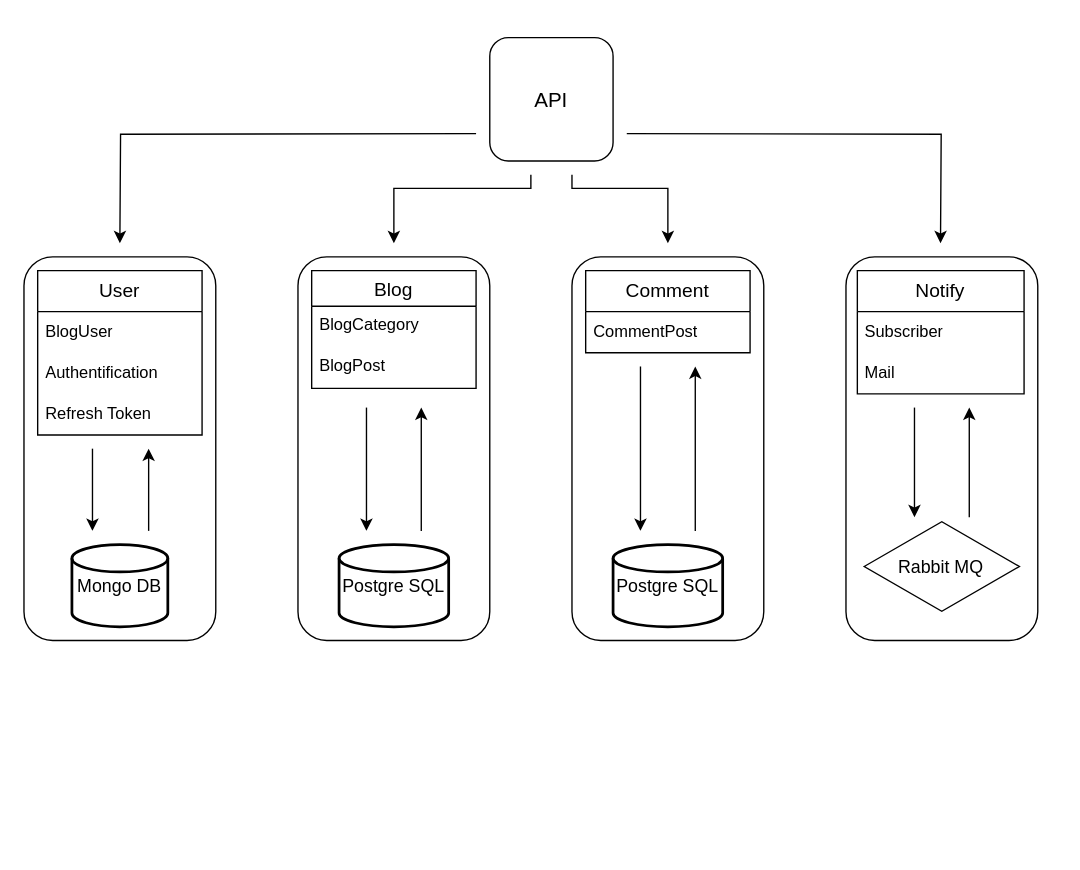
The draw.io diagram specification.drawio in htmlacademy-nestjs/2176283-readme-4, before the edit. Source tidied: cells renumbered, new cells numbered last; positions are measured from the earlier drawing's top-left corner, leaving out a move shared by most shapes. Both pictures are drawn from the tidied source at 137%, with x=0, y=0 at pixel (23, 37).
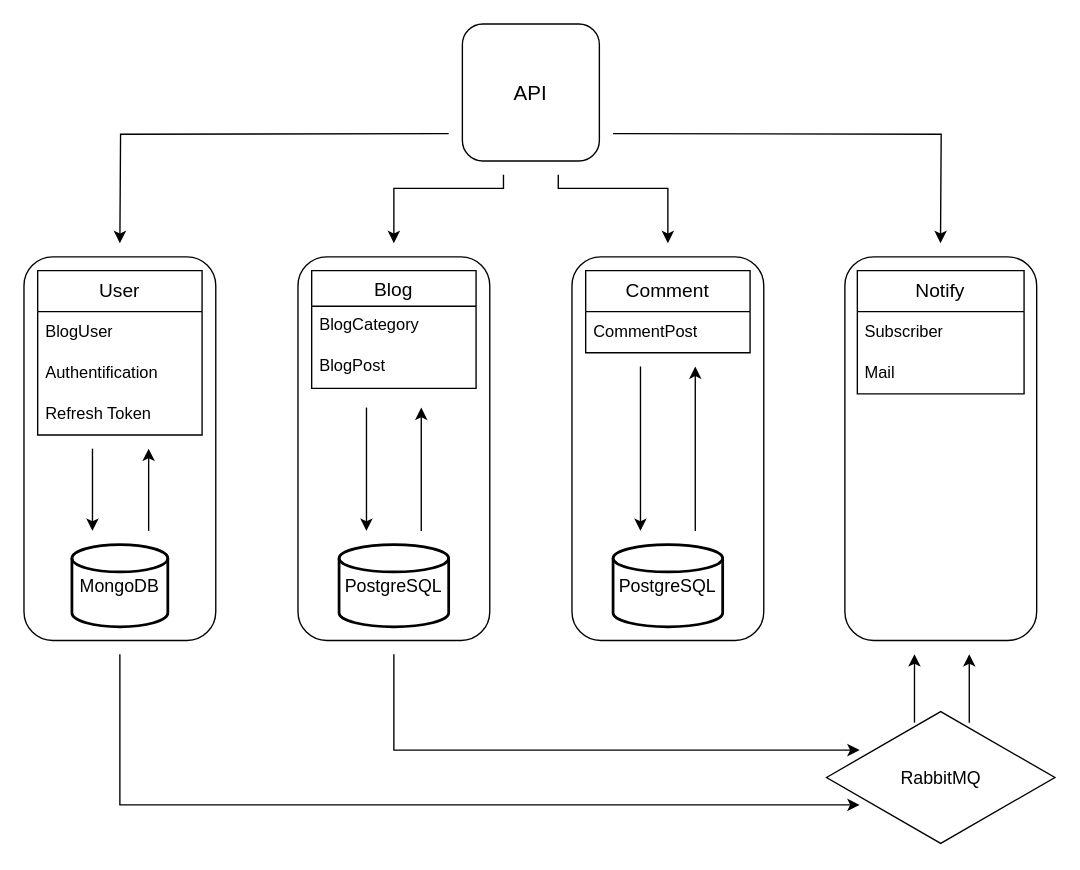
The same diagram, later.

Commit message:
Взаимодействие сервисов с брокером 'RabbitMQ'

Change to the diagram source:
```diff
@@
     <mxCell id="2" style="rounded=1;whiteSpace=wrap;html=1;" parent="1" vertex="1">
-      <mxGeometry x="600" y="160" width="140" height="280" as="geometry" />
+      <mxGeometry x="599.2" y="160" width="140" height="280" as="geometry" />
     </mxCell>
@@
     <mxCell id="6" style="edgeStyle=orthogonalEdgeStyle;rounded=0;orthogonalLoop=1;jettySize=auto;html=1;" parent="1" edge="1">
       <mxGeometry relative="1" as="geometry">
-        <mxPoint x="330" y="70" as="sourcePoint" />
+        <mxPoint x="310" y="70" as="sourcePoint" />
         <mxPoint x="70" y="150" as="targetPoint" />
       </mxGeometry>
     </mxCell>
     <mxCell id="7" style="edgeStyle=orthogonalEdgeStyle;rounded=0;orthogonalLoop=1;jettySize=auto;html=1;" parent="1" edge="1">
       <mxGeometry relative="1" as="geometry">
-        <mxPoint x="370" y="100" as="sourcePoint" />
+        <mxPoint x="350" y="100" as="sourcePoint" />
         <mxPoint x="270" y="150" as="targetPoint" />
         <Array as="points">
-          <mxPoint x="370" y="110" />
+          <mxPoint x="350" y="110" />
           <mxPoint x="270" y="110" />
         </Array>
       </mxGeometry>
     </mxCell>
     <mxCell id="8" style="edgeStyle=orthogonalEdgeStyle;rounded=0;orthogonalLoop=1;jettySize=auto;html=1;" parent="1" edge="1">
       <mxGeometry relative="1" as="geometry">
-        <mxPoint x="400" y="100" as="sourcePoint" />
+        <mxPoint x="390" y="100" as="sourcePoint" />
         <mxPoint x="470" y="150" as="targetPoint" />
         <Array as="points">
-          <mxPoint x="400" y="110" />
+          <mxPoint x="390" y="100" />
+          <mxPoint x="390" y="110" />
           <mxPoint x="470" y="110" />
         </Array>
       </mxGeometry>
     </mxCell>
     <mxCell id="9" style="edgeStyle=orthogonalEdgeStyle;rounded=0;orthogonalLoop=1;jettySize=auto;html=1;" parent="1" edge="1">
       <mxGeometry relative="1" as="geometry">
-        <mxPoint x="440" y="70" as="sourcePoint" />
+        <mxPoint x="430" y="70" as="sourcePoint" />
         <mxPoint x="669" y="150" as="targetPoint" />
       </mxGeometry>
     </mxCell>
     <mxCell id="10" value="&lt;font style=&quot;font-size: 15px;&quot;&gt;API&lt;/font&gt;" style="whiteSpace=wrap;html=1;rounded=1;glass=0;shadow=0;" parent="1" vertex="1">
-      <mxGeometry x="340" width="90" height="90" as="geometry" />
+      <mxGeometry x="320" y="-10" width="100" height="100" as="geometry" />
     </mxCell>
@@
-    <mxCell id="23" value="&lt;font style=&quot;font-size: 13px;&quot;&gt;Mongo DB&lt;/font&gt;" style="strokeWidth=2;html=1;shape=mxgraph.flowchart.database;whiteSpace=wrap;" parent="1" vertex="1">
+    <mxCell id="23" value="&lt;font style=&quot;font-size: 13px;&quot;&gt;MongoDB&lt;/font&gt;" style="strokeWidth=2;html=1;shape=mxgraph.flowchart.database;whiteSpace=wrap;" parent="1" vertex="1">
       <mxGeometry x="35" y="370" width="70" height="60" as="geometry" />
     </mxCell>
-    <mxCell id="24" value="&lt;font style=&quot;font-size: 13px;&quot;&gt;Postgre SQL&lt;/font&gt;" style="strokeWidth=2;html=1;shape=mxgraph.flowchart.database;whiteSpace=wrap;" parent="1" vertex="1">
+    <mxCell id="24" value="&lt;font style=&quot;font-size: 13px;&quot;&gt;PostgreSQL&lt;/font&gt;" style="strokeWidth=2;html=1;shape=mxgraph.flowchart.database;whiteSpace=wrap;" parent="1" vertex="1">
       <mxGeometry x="230" y="370" width="80" height="60" as="geometry" />
     </mxCell>
-    <mxCell id="25" value="&lt;font style=&quot;font-size: 13px;&quot;&gt;Postgre SQL&lt;/font&gt;" style="strokeWidth=2;html=1;shape=mxgraph.flowchart.database;whiteSpace=wrap;" parent="1" vertex="1">
+    <mxCell id="25" value="&lt;font style=&quot;font-size: 13px;&quot;&gt;PostgreSQL&lt;/font&gt;" style="strokeWidth=2;html=1;shape=mxgraph.flowchart.database;whiteSpace=wrap;" parent="1" vertex="1">
       <mxGeometry x="430" y="370" width="80" height="60" as="geometry" />
     </mxCell>
-    <mxCell id="26" value="&lt;font style=&quot;font-size: 13px;&quot;&gt;Rabbit MQ&lt;/font&gt;" style="html=1;whiteSpace=wrap;shape=isoRectangle;" parent="1" vertex="1">
-      <mxGeometry x="613.3" y="352" width="113.3" height="68" as="geometry" />
+    <mxCell id="26" value="&lt;font style=&quot;font-size: 13px;&quot;&gt;RabbitMQ&lt;/font&gt;" style="html=1;whiteSpace=wrap;shape=isoRectangle;" parent="1" vertex="1">
+      <mxGeometry x="585.8" y="490" width="166.7" height="100" as="geometry" />
     </mxCell>
@@
-    <mxCell id="31" style="endArrow=classic;html=1;rounded=0;" parent="1" edge="1">
-      <mxGeometry relative="1" as="geometry">
-        <mxPoint x="690" y="350" as="sourcePoint" />
-        <mxPoint x="690" y="270" as="targetPoint" />
-      </mxGeometry>
-    </mxCell>
@@
-    <mxCell id="34" style="endArrow=classic;html=1;rounded=0;" parent="1" edge="1">
-      <mxGeometry relative="1" as="geometry">
-        <mxPoint x="650" y="270" as="sourcePoint" />
-        <mxPoint x="650" y="350" as="targetPoint" />
-      </mxGeometry>
-    </mxCell>
+    <mxCell id="35" style="endArrow=classic;html=1;rounded=0;" parent="1" edge="1">
+      <mxGeometry relative="1" as="geometry">
+        <mxPoint x="70" y="450" as="sourcePoint" />
+        <mxPoint x="610" y="560" as="targetPoint" />
+        <Array as="points">
+          <mxPoint x="70" y="560" />
+          <mxPoint x="330" y="560" />
+        </Array>
+      </mxGeometry>
+    </mxCell>
+    <mxCell id="36" style="endArrow=classic;html=1;rounded=0;" parent="1" edge="1">
+      <mxGeometry relative="1" as="geometry">
+        <mxPoint x="270" y="450" as="sourcePoint" />
+        <mxPoint x="610" y="520" as="targetPoint" />
+        <Array as="points">
+          <mxPoint x="270" y="520" />
+        </Array>
+      </mxGeometry>
+    </mxCell>
+    <mxCell id="37" style="endArrow=classic;html=1;rounded=0;" parent="1" edge="1">
+      <mxGeometry relative="1" as="geometry">
+        <mxPoint x="650" y="500" as="sourcePoint" />
+        <mxPoint x="650" y="450" as="targetPoint" />
+      </mxGeometry>
+    </mxCell>
+    <mxCell id="38" style="endArrow=classic;html=1;rounded=0;" parent="1" edge="1">
+      <mxGeometry relative="1" as="geometry">
+        <mxPoint x="690" y="500" as="sourcePoint" />
+        <mxPoint x="690" y="450" as="targetPoint" />
+      </mxGeometry>
+    </mxCell>
```
